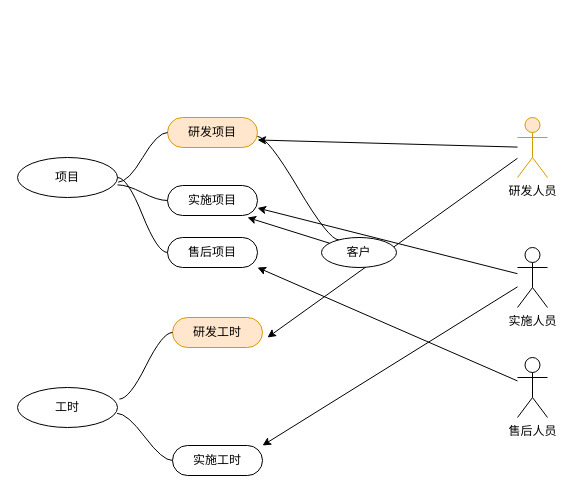
goylsf/image keeps this draw.io diagram as 项目实施管理系统.drawio. Above is the earlier version. Source tidied: cells renumbered, new cells numbered last; positions are measured from the earlier drawing's top-left corner, leaving out a move shared by most shapes. Both pictures are drawn from the tidied source at 100%, with x=0, y=0 at pixel (17, 117).
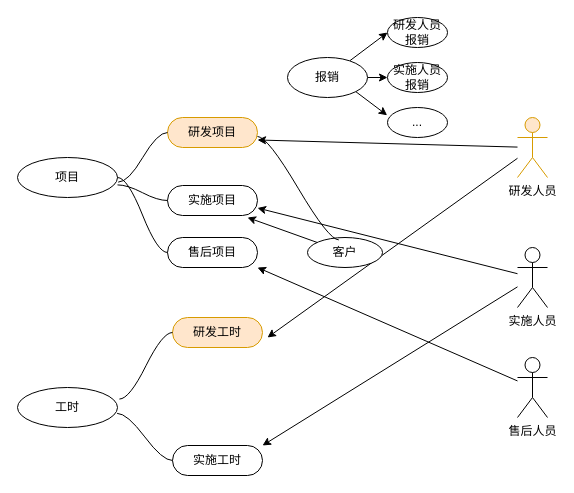
Above is the later version.

Commit message (it also covers changes not shown here):
更新项目实施管理系统.drawio

The edit, as a diff of the source:
```diff
@@
     <mxCell id="21" value="客户" style="ellipse;whiteSpace=wrap;html=1;" parent="1" vertex="1">
-      <mxGeometry x="304" y="120" width="75" height="30" as="geometry" />
+      <mxGeometry x="290" y="120" width="75" height="30" as="geometry" />
     </mxCell>
@@
+    <mxCell id="25" style="edgeStyle=none;rounded=0;jettySize=auto;html=1;entryX=0;entryY=0.5;entryDx=0;entryDy=0;" parent="1" edge="1" source="27" target="28">
+      <mxGeometry relative="1" as="geometry" />
+    </mxCell>
+    <mxCell id="26" style="edgeStyle=none;rounded=0;jettySize=auto;html=1;entryX=0;entryY=0.5;entryDx=0;entryDy=0;" parent="1" edge="1" source="27" target="29">
+      <mxGeometry relative="1" as="geometry" />
+    </mxCell>
+    <mxCell id="27" value="报销" style="ellipse;whiteSpace=wrap;html=1;" parent="1" vertex="1">
+      <mxGeometry x="270" y="-60" width="80" height="40" as="geometry" />
+    </mxCell>
+    <mxCell id="28" value="研发人员报销" style="ellipse;whiteSpace=wrap;html=1;" parent="1" vertex="1">
+      <mxGeometry x="370" y="-100" width="60" height="30" as="geometry" />
+    </mxCell>
+    <mxCell id="29" value="实施人员报销" style="ellipse;whiteSpace=wrap;html=1;" parent="1" vertex="1">
+      <mxGeometry x="370" y="-55" width="60" height="30" as="geometry" />
+    </mxCell>
+    <mxCell id="30" value="..." style="ellipse;whiteSpace=wrap;html=1;" parent="1" vertex="1">
+      <mxGeometry x="370" y="-10" width="60" height="30" as="geometry" />
+    </mxCell>
+    <mxCell id="31" style="edgeStyle=none;rounded=0;jettySize=auto;html=1;exitX=1;exitY=1;exitDx=0;exitDy=0;entryX=-0.006;entryY=0.259;entryDx=0;entryDy=0;entryPerimeter=0;" parent="1" edge="1" source="27" target="30">
+      <mxGeometry relative="1" as="geometry" />
+    </mxCell>
```
